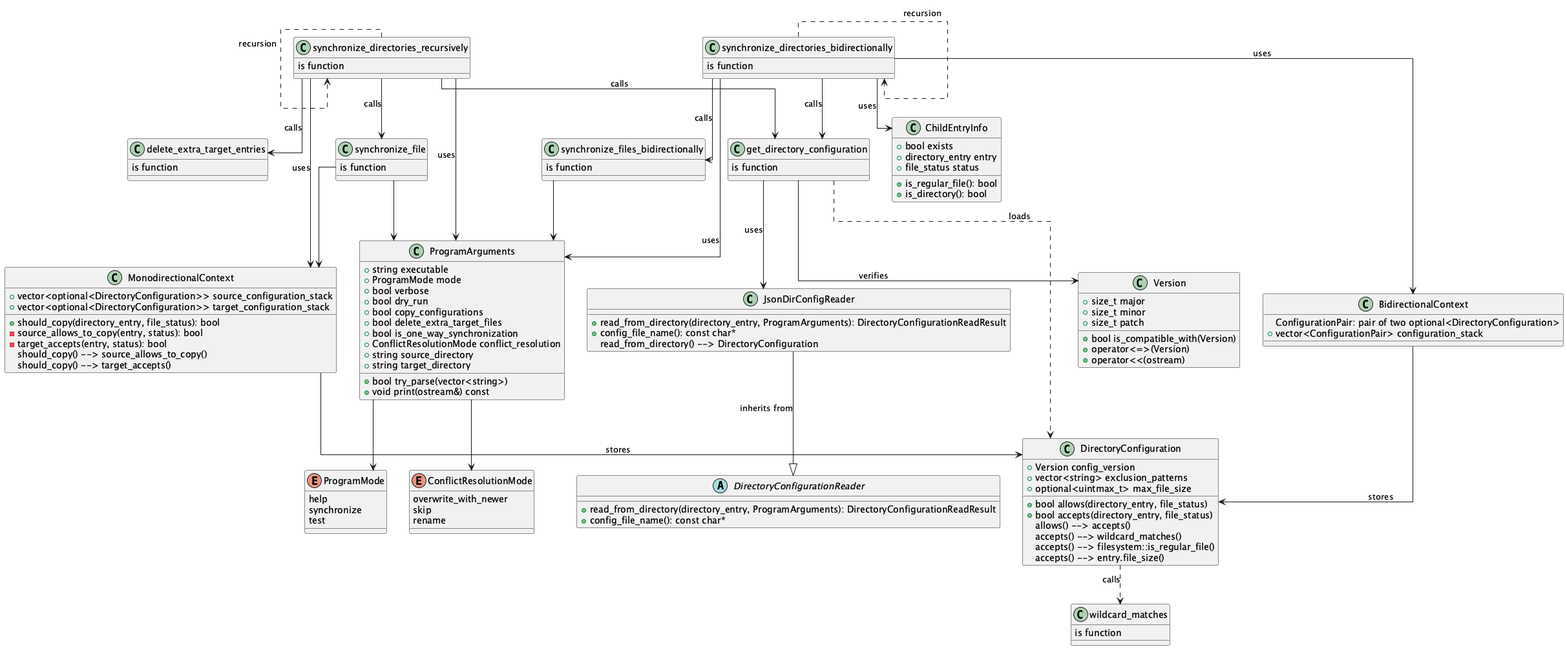
Before: docs/class-and-function-diagram.png, a diagram exported from PlantUML (makara-filip/dirsync). Its diagram source:
```plantuml
@startuml
skinparam linetype ortho

enum ProgramMode {
    help
    synchronize
    test
}

enum ConflictResolutionMode {
    overwrite_with_newer
    skip
    rename
}

class ProgramArguments {
    +string executable
    +ProgramMode mode
    +bool verbose
    +bool dry_run
    +bool copy_configurations
    +bool delete_extra_target_files
    +bool is_one_way_synchronization
    +ConflictResolutionMode conflict_resolution
    +string source_directory
    +string target_directory
    +bool try_parse(vector<string>)
    +void print(ostream&) const
}

class DirectoryConfiguration {
    +Version config_version
    +vector<string> exclusion_patterns
    +optional<uintmax_t> max_file_size
    +bool allows(directory_entry, file_status)
    +bool accepts(directory_entry, file_status)
}

class Version {
    +size_t major
    +size_t minor
    +size_t patch
    +bool is_compatible_with(Version)
    +operator<=>(Version)
    +operator<<(ostream)
}

class wildcard_matches {
    is function
}


class DirectoryConfigurationReader {
    +read_from_directory(directory_entry, ProgramArguments): DirectoryConfigurationReadResult
    +config_file_name(): const char*
}

abstract DirectoryConfigurationReader

class JsonDirConfigReader {
    +read_from_directory(directory_entry, ProgramArguments): DirectoryConfigurationReadResult
    +config_file_name(): const char*
}

JsonDirConfigReader --|> DirectoryConfigurationReader : inherits from

class MonodirectionalContext {
    +vector<optional<DirectoryConfiguration>> source_configuration_stack
    +vector<optional<DirectoryConfiguration>> target_configuration_stack
    +should_copy(directory_entry, file_status): bool
    -source_allows_to_copy(entry, status): bool
    -target_accepts(entry, status): bool
}

class BidirectionalContext {
    ConfigurationPair: pair of two optional<DirectoryConfiguration>
    +vector<ConfigurationPair> configuration_stack
}

class ChildEntryInfo {
    +bool exists
    +directory_entry entry
    +file_status status
    +is_regular_file(): bool
    +is_directory(): bool
}

class synchronize_directories_recursively {
    is function
}
class synchronize_directories_bidirectionally {
    is function
}
class synchronize_file {
    is function
}
class synchronize_files_bidirectionally {
    is function
}
class delete_extra_target_entries {
    is function
}
class get_directory_configuration {
    is function
}


DirectoryConfiguration ..> wildcard_matches : calls

MonodirectionalContext --> DirectoryConfiguration : stores
BidirectionalContext --> DirectoryConfiguration : stores

ProgramArguments --> ProgramMode
ProgramArguments --> ConflictResolutionMode


get_directory_configuration ..> DirectoryConfiguration : loads
get_directory_configuration --> JsonDirConfigReader : uses
get_directory_configuration --> Version : verifies

DirectoryConfiguration : allows() --> accepts()
DirectoryConfiguration : accepts() --> wildcard_matches()
DirectoryConfiguration : accepts() --> filesystem::is_regular_file()
DirectoryConfiguration : accepts() --> entry.file_size()

MonodirectionalContext : should_copy() --> source_allows_to_copy()
MonodirectionalContext : should_copy() --> target_accepts()

JsonDirConfigReader : read_from_directory() --> DirectoryConfiguration

synchronize_directories_recursively --> ProgramArguments : uses
synchronize_directories_recursively --> MonodirectionalContext : uses
synchronize_directories_recursively --> synchronize_file : calls
synchronize_directories_recursively --> delete_extra_target_entries : calls
synchronize_directories_recursively --> get_directory_configuration : calls
synchronize_directories_recursively ..> synchronize_directories_recursively : recursion

synchronize_file --> ProgramArguments
synchronize_file --> MonodirectionalContext

synchronize_directories_bidirectionally --> ProgramArguments : uses
synchronize_directories_bidirectionally --> BidirectionalContext : uses
synchronize_directories_bidirectionally --> synchronize_files_bidirectionally : calls
synchronize_directories_bidirectionally --> ChildEntryInfo : uses
synchronize_directories_bidirectionally --> get_directory_configuration : calls
synchronize_directories_bidirectionally ..> synchronize_directories_bidirectionally : recursion

synchronize_files_bidirectionally --> ProgramArguments

@enduml
```
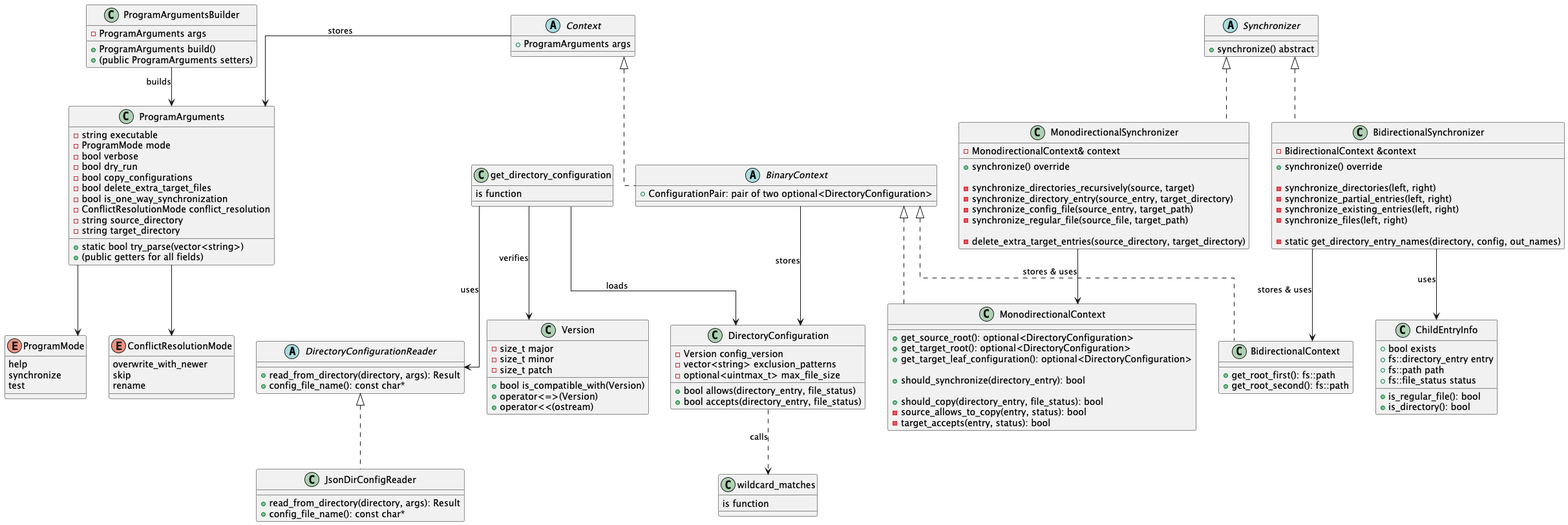
Above is the later version.

Commit message:
Update developer documentation diagrams 2

Change to the diagram source:
```diff
@@ -14,32 +14,40 @@
 }
 
 class ProgramArguments {
-    +string executable
-    +ProgramMode mode
-    +bool verbose
-    +bool dry_run
-    +bool copy_configurations
-    +bool delete_extra_target_files
-    +bool is_one_way_synchronization
-    +ConflictResolutionMode conflict_resolution
-    +string source_directory
-    +string target_directory
-    +bool try_parse(vector<string>)
-    +void print(ostream&) const
+    -string executable
+    -ProgramMode mode
+    -bool verbose
+    -bool dry_run
+    -bool copy_configurations
+    -bool delete_extra_target_files
+    -bool is_one_way_synchronization
+    -ConflictResolutionMode conflict_resolution
+    -string source_directory
+    -string target_directory
+
+    +static bool try_parse(vector<string>)
+    +(public getters for all fields)
+}
+
+class ProgramArgumentsBuilder {
+    -ProgramArguments args
+
+    +ProgramArguments build()
+    +(public ProgramArguments setters)
 }
 
 class DirectoryConfiguration {
-    +Version config_version
-    +vector<string> exclusion_patterns
-    +optional<uintmax_t> max_file_size
+    -Version config_version
+    -vector<string> exclusion_patterns
+    -optional<uintmax_t> max_file_size
     +bool allows(directory_entry, file_status)
     +bool accepts(directory_entry, file_status)
 }
 
 class Version {
-    +size_t major
-    +size_t minor
-    +size_t patch
+    -size_t major
+    -size_t minor
+    -size_t patch
     +bool is_compatible_with(Version)
     +operator<=>(Version)
     +operator<<(ostream)
@@ -49,102 +57,103 @@
     is function
 }
 
-
-class DirectoryConfigurationReader {
-    +read_from_directory(directory_entry, ProgramArguments): DirectoryConfigurationReadResult
+abstract class DirectoryConfigurationReader {
+    +read_from_directory(directory, args): Result
     +config_file_name(): const char*
 }
 
-abstract DirectoryConfigurationReader
-
-class JsonDirConfigReader {
-    +read_from_directory(directory_entry, ProgramArguments): DirectoryConfigurationReadResult
+class JsonDirConfigReader implements DirectoryConfigurationReader {
+    +read_from_directory(directory, args): Result
     +config_file_name(): const char*
 }
 
-JsonDirConfigReader --|> DirectoryConfigurationReader : inherits from
+abstract class Context {
+    +ProgramArguments args
+}
 
-class MonodirectionalContext {
-    +vector<optional<DirectoryConfiguration>> source_configuration_stack
-    +vector<optional<DirectoryConfiguration>> target_configuration_stack
+abstract class BinaryContext implements Context {
+    +ConfigurationPair: pair of two optional<DirectoryConfiguration>
+}
+
+abstract class Synchronizer {
+    +synchronize() abstract
+}
+
+class MonodirectionalContext implements BinaryContext {
+    +get_source_root(): optional<DirectoryConfiguration>
+    +get_target_root(): optional<DirectoryConfiguration>
+    +get_target_leaf_configuration(): optional<DirectoryConfiguration>
+
+    +should_synchronize(directory_entry): bool
+
     +should_copy(directory_entry, file_status): bool
     -source_allows_to_copy(entry, status): bool
     -target_accepts(entry, status): bool
 }
 
-class BidirectionalContext {
-    ConfigurationPair: pair of two optional<DirectoryConfiguration>
-    +vector<ConfigurationPair> configuration_stack
+class MonodirectionalSynchronizer implements Synchronizer {
+    -MonodirectionalContext& context
+
+    +synchronize() override
+
+    -synchronize_directories_recursively(source, target)
+    -synchronize_directory_entry(source_entry, target_directory)
+    -synchronize_config_file(source_entry, target_path)
+    -synchronize_regular_file(source_file, target_path)
+
+    -delete_extra_target_entries(source_directory, target_directory)
+}
+
+class BidirectionalContext implements BinaryContext {
+    +get_root_first(): fs::path
+	+get_root_second(): fs::path
 }
 
 class ChildEntryInfo {
     +bool exists
-    +directory_entry entry
-    +file_status status
+    +fs::directory_entry entry
+    +fs::path path
+    +fs::file_status status
     +is_regular_file(): bool
     +is_directory(): bool
 }
 
-class synchronize_directories_recursively {
-    is function
+class BidirectionalSynchronizer implements Synchronizer {
+	-BidirectionalContext &context
+
+	+synchronize() override
+
+	-synchronize_directories(left, right)
+	-synchronize_partial_entries(left, right)
+	-synchronize_existing_entries(left, right)
+	-synchronize_files(left, right)
+
+	-static get_directory_entry_names(directory, config, out_names)
 }
-class synchronize_directories_bidirectionally {
-    is function
-}
-class synchronize_file {
-    is function
-}
-class synchronize_files_bidirectionally {
-    is function
-}
-class delete_extra_target_entries {
-    is function
-}
+
+
 class get_directory_configuration {
     is function
 }
 
 
+ProgramArgumentsBuilder --> ProgramArguments : builds
+
+Context --> ProgramArguments : stores
+
+MonodirectionalSynchronizer --> MonodirectionalContext : stores & uses
+BidirectionalSynchronizer --> BidirectionalContext : stores & uses
+
 DirectoryConfiguration ..> wildcard_matches : calls
 
-MonodirectionalContext --> DirectoryConfiguration : stores
-BidirectionalContext --> DirectoryConfiguration : stores
+BinaryContext --> DirectoryConfiguration : stores
+BidirectionalSynchronizer --> ChildEntryInfo : uses
 
 ProgramArguments --> ProgramMode
 ProgramArguments --> ConflictResolutionMode
 
-
-get_directory_configuration ..> DirectoryConfiguration : loads
-get_directory_configuration --> JsonDirConfigReader : uses
+get_directory_configuration --> DirectoryConfiguration : loads
+get_directory_configuration --> DirectoryConfigurationReader : uses
 get_directory_configuration --> Version : verifies
 
-DirectoryConfiguration : allows() --> accepts()
-DirectoryConfiguration : accepts() --> wildcard_matches()
-DirectoryConfiguration : accepts() --> filesystem::is_regular_file()
-DirectoryConfiguration : accepts() --> entry.file_size()
-
-MonodirectionalContext : should_copy() --> source_allows_to_copy()
-MonodirectionalContext : should_copy() --> target_accepts()
-
-JsonDirConfigReader : read_from_directory() --> DirectoryConfiguration
-
-synchronize_directories_recursively --> ProgramArguments : uses
-synchronize_directories_recursively --> MonodirectionalContext : uses
-synchronize_directories_recursively --> synchronize_file : calls
-synchronize_directories_recursively --> delete_extra_target_entries : calls
-synchronize_directories_recursively --> get_directory_configuration : calls
-synchronize_directories_recursively ..> synchronize_directories_recursively : recursion
-
-synchronize_file --> ProgramArguments
-synchronize_file --> MonodirectionalContext
-
-synchronize_directories_bidirectionally --> ProgramArguments : uses
-synchronize_directories_bidirectionally --> BidirectionalContext : uses
-synchronize_directories_bidirectionally --> synchronize_files_bidirectionally : calls
-synchronize_directories_bidirectionally --> ChildEntryInfo : uses
-synchronize_directories_bidirectionally --> get_directory_configuration : calls
-synchronize_directories_bidirectionally ..> synchronize_directories_bidirectionally : recursion
-
-synchronize_files_bidirectionally --> ProgramArguments
-
 @enduml
```
